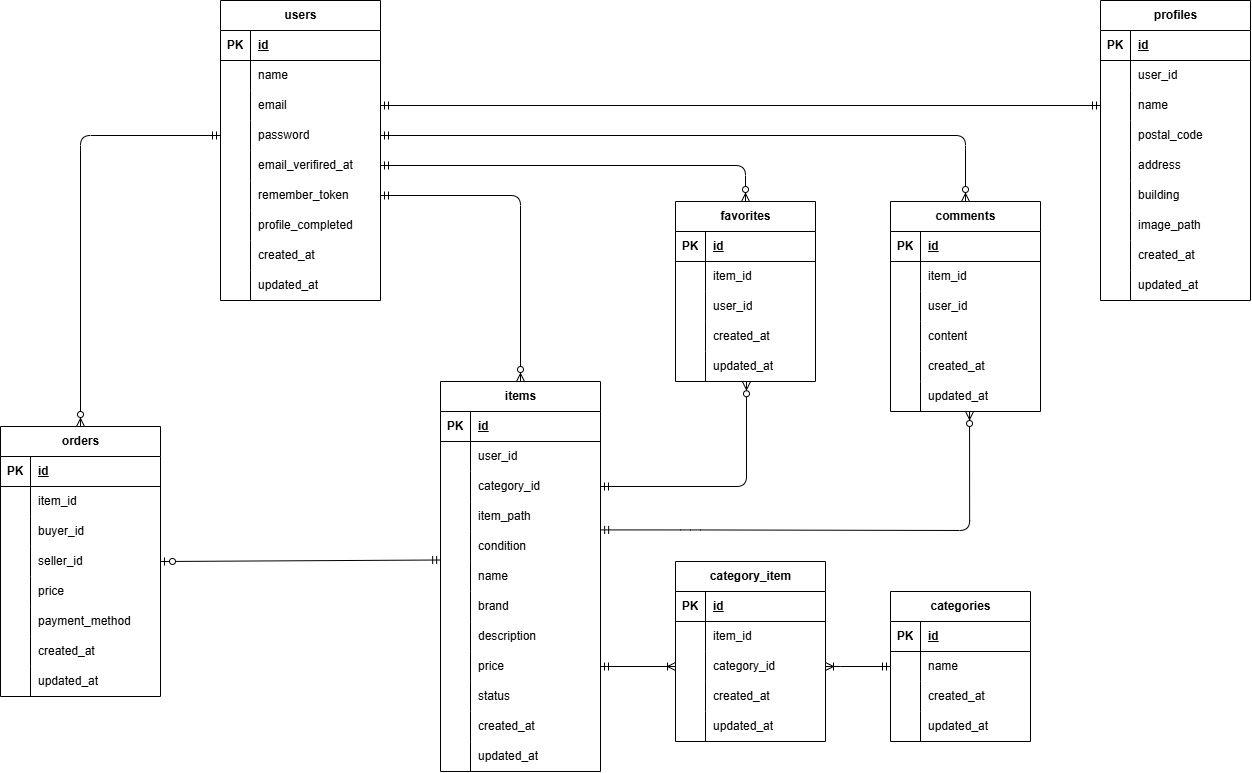
Before: index.drawio.png, a diagram exported from draw.io (ktpsc000/CoachtechFleaMarket). Source tidied: cells renumbered, new cells last; positions are measured from the earlier drawing's top-left corner, leaving out a move shared by most shapes.
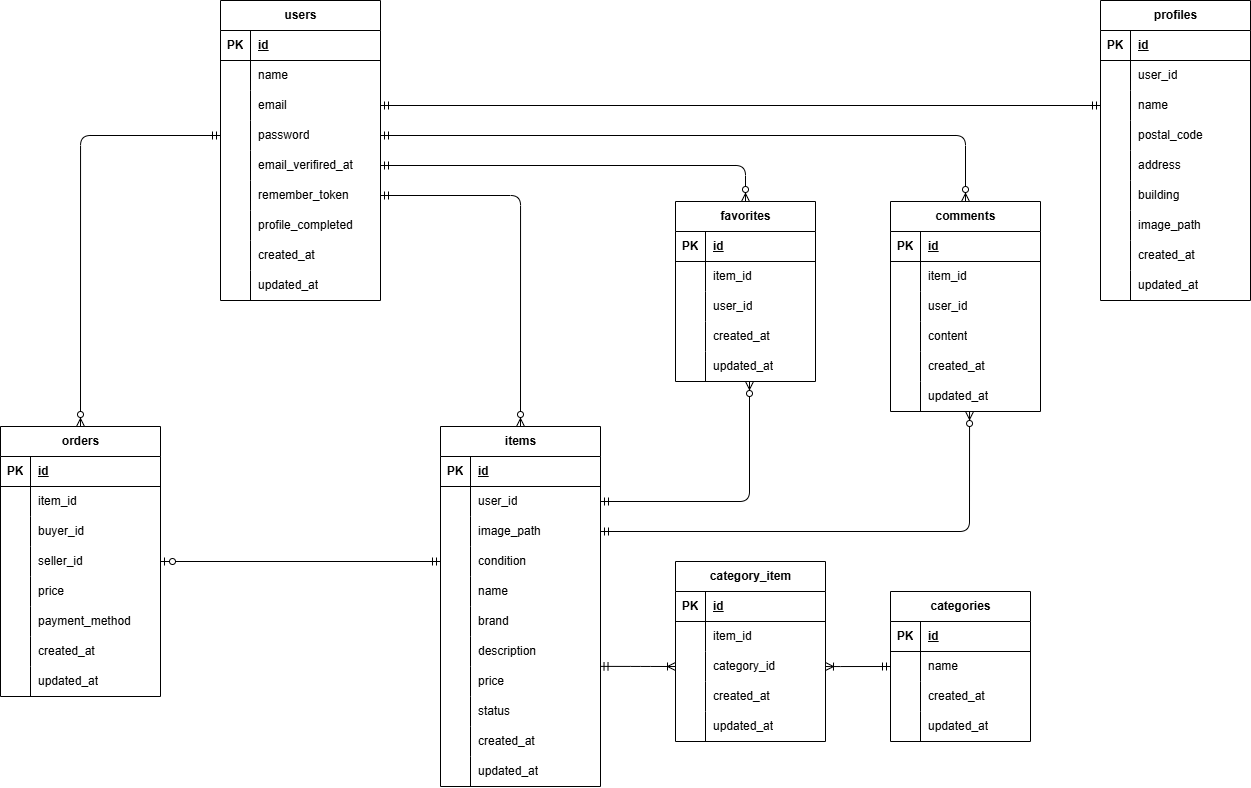
The same file after the commit.

The edit, as a diff of the source:
```diff
@@ -3,7 +3,7 @@
     <mxCell id="0" />
     <mxCell id="1" parent="0" />
     <mxCell id="2" value="items" style="shape=table;startSize=30;rowLines=0;fontStyle=1;align=center;html=1;" parent="1" vertex="1">
-      <mxGeometry x="440" y="381" width="160" height="390" as="geometry" />
+      <mxGeometry x="440" y="426" width="160" height="360" as="geometry" />
     </mxCell>
     <mxCell id="3" style="shape=tableRow;horizontal=0;startSize=0;swimlaneHead=0;swimlaneBody=0;fillColor=none;top=0;left=0;right=0;bottom=1;" parent="2" vertex="1">
       <mxGeometry y="30" width="160" height="30" as="geometry" />
@@ -23,26 +23,17 @@
     <mxCell id="8" value="user_id" style="shape=partialRectangle;fillColor=none;top=0;left=0;bottom=0;right=0;align=left;spacingLeft=6;overflow=hidden;whiteSpace=wrap;html=1;" parent="6" vertex="1">
       <mxGeometry x="30" width="130" height="30" as="geometry" />
     </mxCell>
-    <mxCell id="9" style="shape=tableRow;horizontal=0;startSize=0;swimlaneHead=0;swimlaneBody=0;fillColor=none;points=[[0,0.5],[1,0.5]];portConstraint=eastwest;top=0;left=0;right=0;bottom=0;" parent="2" vertex="1">
-      <mxGeometry y="90" width="160" height="30" as="geometry" />
-    </mxCell>
-    <mxCell id="10" style="shape=partialRectangle;fillColor=none;top=0;left=0;bottom=0;right=0;overflow=hidden;whiteSpace=wrap;html=1;" parent="9" vertex="1">
-      <mxGeometry width="30" height="30" as="geometry" />
-    </mxCell>
-    <mxCell id="11" value="category_id" style="shape=partialRectangle;fillColor=none;top=0;left=0;bottom=0;right=0;align=left;spacingLeft=6;overflow=hidden;whiteSpace=wrap;html=1;" parent="9" vertex="1">
-      <mxGeometry x="30" width="130" height="30" as="geometry" />
-    </mxCell>
     <mxCell id="12" style="shape=tableRow;horizontal=0;startSize=0;swimlaneHead=0;swimlaneBody=0;fillColor=none;points=[[0,0.5],[1,0.5]];portConstraint=eastwest;top=0;left=0;right=0;bottom=0;" parent="2" vertex="1">
-      <mxGeometry y="120" width="160" height="30" as="geometry" />
+      <mxGeometry y="90" width="160" height="30" as="geometry" />
     </mxCell>
     <mxCell id="13" style="shape=partialRectangle;fillColor=none;top=0;left=0;bottom=0;right=0;overflow=hidden;whiteSpace=wrap;html=1;" parent="12" vertex="1">
       <mxGeometry width="30" height="30" as="geometry" />
     </mxCell>
-    <mxCell id="14" value="item_path" style="shape=partialRectangle;fillColor=none;top=0;left=0;bottom=0;right=0;align=left;spacingLeft=6;overflow=hidden;whiteSpace=wrap;html=1;" parent="12" vertex="1">
+    <mxCell id="14" value="image_path" style="shape=partialRectangle;fillColor=none;top=0;left=0;bottom=0;right=0;align=left;spacingLeft=6;overflow=hidden;whiteSpace=wrap;html=1;" parent="12" vertex="1">
       <mxGeometry x="30" width="130" height="30" as="geometry" />
     </mxCell>
     <mxCell id="15" style="shape=tableRow;horizontal=0;startSize=0;swimlaneHead=0;swimlaneBody=0;fillColor=none;points=[[0,0.5],[1,0.5]];portConstraint=eastwest;top=0;left=0;right=0;bottom=0;" parent="2" vertex="1">
-      <mxGeometry y="150" width="160" height="30" as="geometry" />
+      <mxGeometry y="120" width="160" height="30" as="geometry" />
     </mxCell>
     <mxCell id="16" style="shape=partialRectangle;fillColor=none;top=0;left=0;bottom=0;right=0;overflow=hidden;whiteSpace=wrap;html=1;" parent="15" vertex="1">
       <mxGeometry width="30" height="30" as="geometry" />
@@ -51,7 +42,7 @@
       <mxGeometry x="30" width="130" height="30" as="geometry" />
     </mxCell>
     <mxCell id="18" style="shape=tableRow;horizontal=0;startSize=0;swimlaneHead=0;swimlaneBody=0;fillColor=none;top=0;left=0;right=0;bottom=0;" parent="2" vertex="1">
-      <mxGeometry y="180" width="160" height="30" as="geometry" />
+      <mxGeometry y="150" width="160" height="30" as="geometry" />
     </mxCell>
     <mxCell id="19" style="shape=partialRectangle;fillColor=none;top=0;left=0;bottom=0;right=0;overflow=hidden;whiteSpace=wrap;html=1;" parent="18" vertex="1">
       <mxGeometry width="30" height="30" as="geometry" />
@@ -60,7 +51,7 @@
       <mxGeometry x="30" width="130" height="30" as="geometry" />
     </mxCell>
     <mxCell id="21" style="shape=tableRow;horizontal=0;startSize=0;swimlaneHead=0;swimlaneBody=0;fillColor=none;top=0;left=0;right=0;bottom=0;" parent="2" vertex="1">
-      <mxGeometry y="210" width="160" height="30" as="geometry" />
+      <mxGeometry y="180" width="160" height="30" as="geometry" />
     </mxCell>
     <mxCell id="22" style="shape=partialRectangle;fillColor=none;top=0;left=0;bottom=0;right=0;overflow=hidden;whiteSpace=wrap;html=1;" parent="21" vertex="1">
       <mxGeometry width="30" height="30" as="geometry" />
@@ -69,7 +60,7 @@
       <mxGeometry x="30" width="130" height="30" as="geometry" />
     </mxCell>
     <mxCell id="24" style="shape=tableRow;horizontal=0;startSize=0;swimlaneHead=0;swimlaneBody=0;fillColor=none;points=[[0,0.5],[1,0.5]];portConstraint=eastwest;top=0;left=0;right=0;bottom=0;" parent="2" vertex="1">
-      <mxGeometry y="240" width="160" height="30" as="geometry" />
+      <mxGeometry y="210" width="160" height="30" as="geometry" />
     </mxCell>
     <mxCell id="25" style="shape=partialRectangle;fillColor=none;top=0;left=0;bottom=0;right=0;overflow=hidden;whiteSpace=wrap;html=1;" parent="24" vertex="1">
       <mxGeometry width="30" height="30" as="geometry" />
@@ -78,7 +69,7 @@
       <mxGeometry x="30" width="130" height="30" as="geometry" />
     </mxCell>
     <mxCell id="27" style="shape=tableRow;horizontal=0;startSize=0;swimlaneHead=0;swimlaneBody=0;fillColor=none;points=[[0,0.5],[1,0.5]];portConstraint=eastwest;top=0;left=0;right=0;bottom=0;" parent="2" vertex="1">
-      <mxGeometry y="270" width="160" height="30" as="geometry" />
+      <mxGeometry y="240" width="160" height="30" as="geometry" />
     </mxCell>
     <mxCell id="28" style="shape=partialRectangle;fillColor=none;top=0;left=0;bottom=0;right=0;overflow=hidden;whiteSpace=wrap;html=1;" parent="27" vertex="1">
       <mxGeometry width="30" height="30" as="geometry" />
@@ -87,7 +78,7 @@
       <mxGeometry x="30" width="130" height="30" as="geometry" />
     </mxCell>
     <mxCell id="30" style="shape=tableRow;horizontal=0;startSize=0;swimlaneHead=0;swimlaneBody=0;fillColor=none;top=0;left=0;right=0;bottom=0;" parent="2" vertex="1">
-      <mxGeometry y="300" width="160" height="30" as="geometry" />
+      <mxGeometry y="270" width="160" height="30" as="geometry" />
     </mxCell>
     <mxCell id="31" style="shape=partialRectangle;fillColor=none;top=0;left=0;bottom=0;right=0;overflow=hidden;whiteSpace=wrap;html=1;" parent="30" vertex="1">
       <mxGeometry width="30" height="30" as="geometry" />
@@ -96,7 +87,7 @@
       <mxGeometry x="30" width="130" height="30" as="geometry" />
     </mxCell>
     <mxCell id="33" style="shape=tableRow;horizontal=0;startSize=0;swimlaneHead=0;swimlaneBody=0;fillColor=none;top=0;left=0;right=0;bottom=0;" parent="2" vertex="1">
-      <mxGeometry y="330" width="160" height="30" as="geometry" />
+      <mxGeometry y="300" width="160" height="30" as="geometry" />
     </mxCell>
     <mxCell id="34" style="shape=partialRectangle;fillColor=none;top=0;left=0;bottom=0;right=0;overflow=hidden;whiteSpace=wrap;html=1;" parent="33" vertex="1">
       <mxGeometry width="30" height="30" as="geometry" />
@@ -105,7 +96,7 @@
       <mxGeometry x="30" width="130" height="30" as="geometry" />
     </mxCell>
     <mxCell id="36" style="shape=tableRow;horizontal=0;startSize=0;swimlaneHead=0;swimlaneBody=0;fillColor=none;top=0;left=0;right=0;bottom=0;" parent="2" vertex="1">
-      <mxGeometry y="360" width="160" height="30" as="geometry" />
+      <mxGeometry y="330" width="160" height="30" as="geometry" />
     </mxCell>
     <mxCell id="37" style="shape=partialRectangle;fillColor=none;top=0;left=0;bottom=0;right=0;overflow=hidden;whiteSpace=wrap;html=1;" parent="36" vertex="1">
       <mxGeometry width="30" height="30" as="geometry" />
@@ -467,7 +458,7 @@
     <mxCell id="156" style="edgeStyle=orthogonalEdgeStyle;fontSize=12;html=1;endArrow=ERzeroToMany;startArrow=ERmandOne;exitX=1;exitY=0.5;exitDx=0;exitDy=0;entryX=0.5;entryY=0;entryDx=0;entryDy=0;endFill=0;" parent="1" edge="1" source="x" target="2">
       <mxGeometry relative="1" as="geometry" />
     </mxCell>
-    <mxCell id="157" style="fontSize=12;html=1;endArrow=ERmandOne;startArrow=ERzeroToOne;entryX=0.001;entryY=0.95;entryDx=0;entryDy=0;startFill=0;entryPerimeter=0;" parent="1" edge="1" target="15">
+    <mxCell id="157" style="fontSize=12;html=1;endArrow=ERmandOne;startArrow=ERzeroToOne;entryX=0;entryY=0.5;entryDx=0;entryDy=0;startFill=0;" parent="1" edge="1" target="15">
       <mxGeometry relative="1" as="geometry">
         <mxPoint x="160" y="561" as="sourcePoint" />
       </mxGeometry>
@@ -485,19 +476,22 @@
     <mxCell id="160" style="edgeStyle=orthogonalEdgeStyle;fontSize=12;html=1;endArrow=ERzeroToMany;startArrow=ERmandOne;exitX=1;exitY=0.5;exitDx=0;exitDy=0;entryX=0.5;entryY=0;entryDx=0;entryDy=0;" parent="1" edge="1" source="125" target="96">
       <mxGeometry relative="1" as="geometry" />
     </mxCell>
-    <mxCell id="161" style="edgeStyle=orthogonalEdgeStyle;fontSize=12;html=1;endArrow=ERzeroToMany;startArrow=ERmandOne;exitX=1.001;exitY=-0.053;exitDx=0;exitDy=0;exitPerimeter=0;entryX=0.527;entryY=1;entryDx=0;entryDy=0;entryPerimeter=0;" parent="1" edge="1" source="15" target="68">
+    <mxCell id="161" style="edgeStyle=orthogonalEdgeStyle;fontSize=12;html=1;endArrow=ERzeroToMany;startArrow=ERmandOne;exitX=1;exitY=0.5;exitDx=0;exitDy=0;entryX=0.527;entryY=1;entryDx=0;entryDy=0;entryPerimeter=0;" parent="1" edge="1" source="12" target="68">
       <mxGeometry relative="1" as="geometry">
         <Array as="points">
-          <mxPoint x="690" y="529" />
-          <mxPoint x="969" y="530" />
+          <mxPoint x="969" y="531" />
         </Array>
       </mxGeometry>
     </mxCell>
-    <mxCell id="162" style="fontSize=12;html=1;endArrow=ERzeroToMany;startArrow=ERmandOne;edgeStyle=orthogonalEdgeStyle;exitX=1;exitY=0.5;exitDx=0;exitDy=0;entryX=0.507;entryY=1.008;entryDx=0;entryDy=0;entryPerimeter=0;" parent="1" edge="1" source="9" target="109">
+    <mxCell id="162" style="fontSize=12;html=1;endArrow=ERzeroToMany;startArrow=ERmandOne;edgeStyle=orthogonalEdgeStyle;exitX=1;exitY=0.5;exitDx=0;exitDy=0;entryX=0.507;entryY=1.008;entryDx=0;entryDy=0;entryPerimeter=0;" parent="1" edge="1" source="x" target="109">
       <mxGeometry relative="1" as="geometry" />
     </mxCell>
-    <mxCell id="163" style="edgeStyle=orthogonalEdgeStyle;fontSize=12;html=1;endArrow=ERoneToMany;startArrow=ERmandOne;startFill=0;endFill=0;exitX=1;exitY=0.5;exitDx=0;exitDy=0;entryX=0;entryY=0.5;entryDx=0;entryDy=0;" parent="1" edge="1" source="27" target="147">
-      <mxGeometry relative="1" as="geometry" />
+    <mxCell id="163" style="edgeStyle=orthogonalEdgeStyle;fontSize=12;html=1;endArrow=ERoneToMany;startArrow=ERmandOne;startFill=0;endFill=0;exitX=0.997;exitY=0.996;exitDx=0;exitDy=0;entryX=0;entryY=0.5;entryDx=0;entryDy=0;exitPerimeter=0;" parent="1" edge="1" source="24" target="147">
+      <mxGeometry relative="1" as="geometry">
+        <Array as="points">
+          <mxPoint x="640" y="666" />
+        </Array>
+      </mxGeometry>
     </mxCell>
     <mxCell id="164" style="edgeStyle=orthogonalEdgeStyle;fontSize=12;html=1;endArrow=ERmandOne;startArrow=ERoneToMany;startFill=0;endFill=0;entryX=0;entryY=0.5;entryDx=0;entryDy=0;exitX=1;exitY=0.5;exitDx=0;exitDy=0;" parent="1" edge="1" source="147" target="43">
       <mxGeometry relative="1" as="geometry">
@@ -616,5 +610,14 @@
         </Array>
       </mxGeometry>
     </mxCell>
+    <mxCell id="197" style="edgeStyle=orthogonalEdgeStyle;fontSize=12;html=1;endArrow=ERzeroToMany;startArrow=ERmandOne;entryX=0.527;entryY=1;entryDx=0;entryDy=0;entryPerimeter=0;" parent="1" edge="1">
+      <mxGeometry relative="1" as="geometry">
+        <mxPoint x="600" y="501" as="sourcePoint" />
+        <mxPoint x="749" y="381" as="targetPoint" />
+        <Array as="points">
+          <mxPoint x="749" y="501" />
+        </Array>
+      </mxGeometry>
+    </mxCell>
   </root>
 </mxGraphModel>
```
